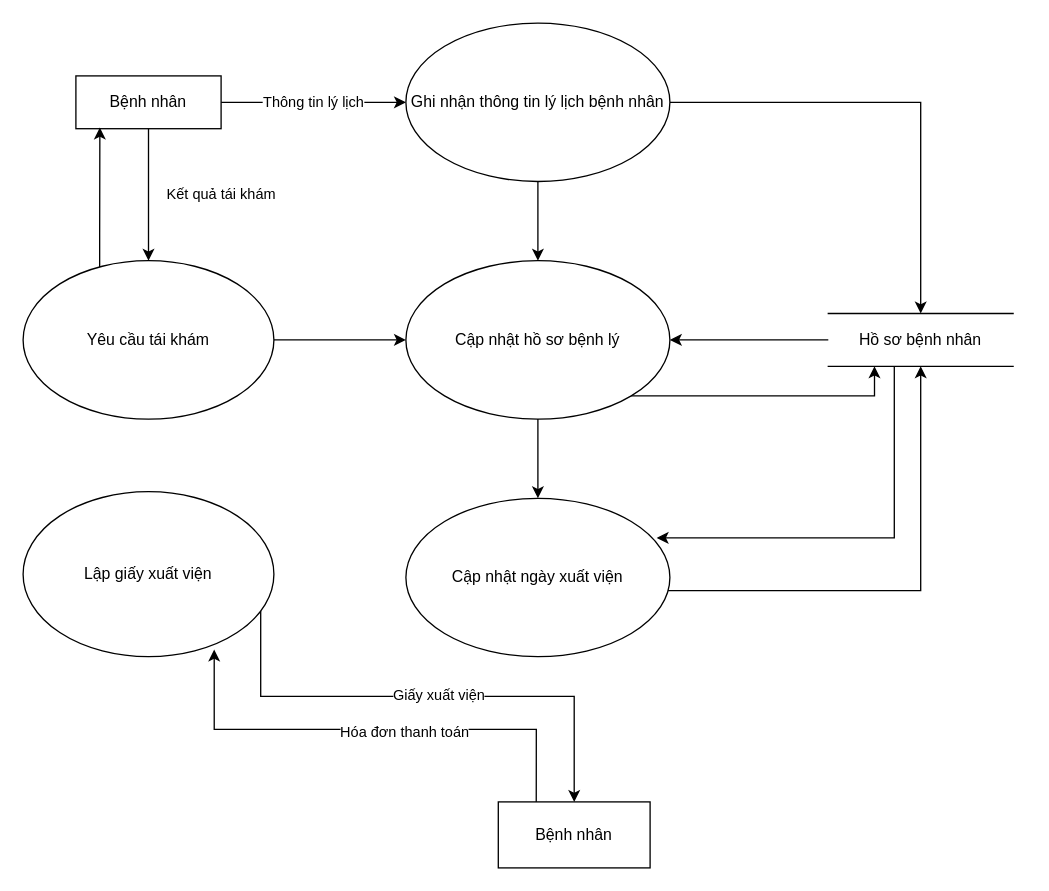
Nhatran241/HTTT keeps this draw.io diagram as DuoiDinh_DieuTri.drawio. Above is the earlier version. Source tidied: cells renumbered, new cells numbered last; positions are measured from the earlier drawing's top-left corner, leaving out a move shared by most shapes. Both pictures are drawn from the tidied source at 132%, with x=0, y=0 at pixel (22, 22).
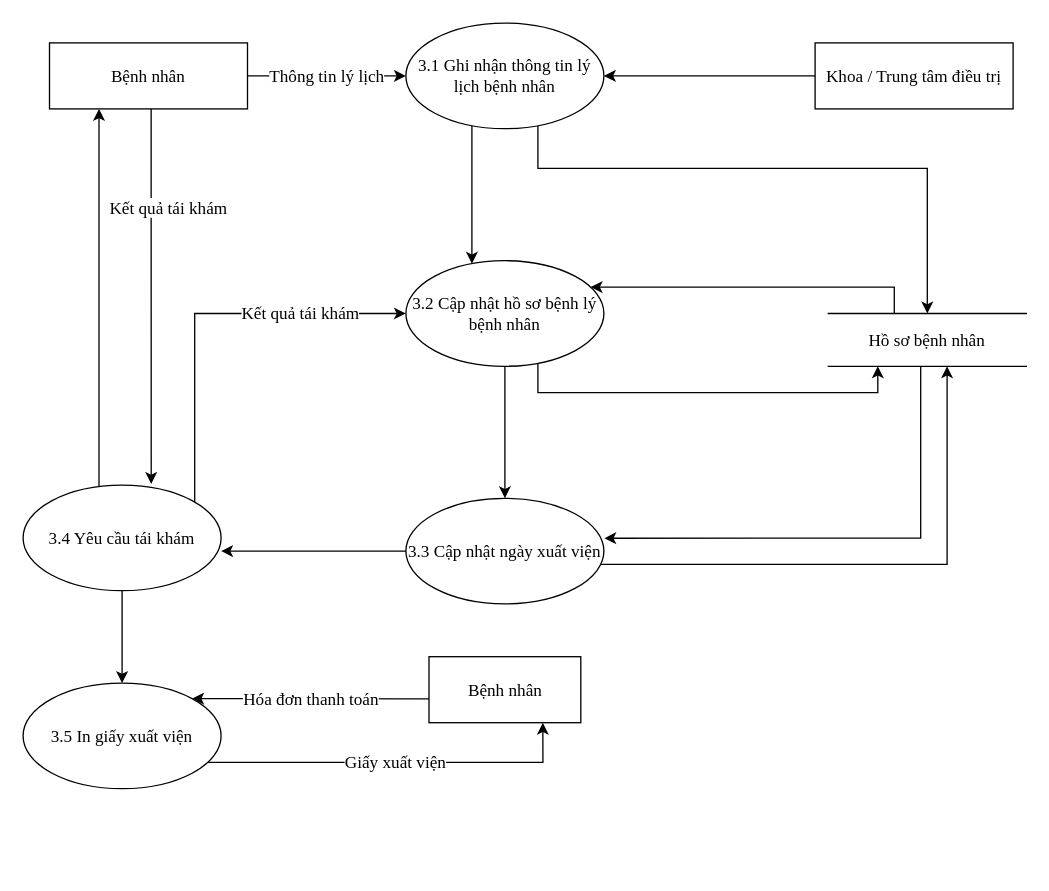
After the change.

The edit, as a diff of the source:
```diff
@@
-    <mxCell id="2" value="Thông tin lý lịch" style="edgeStyle=orthogonalEdgeStyle;rounded=0;jettySize=auto;html=1;exitX=1;exitY=0.5;exitDx=0;exitDy=0;entryX=0;entryY=0.5;entryDx=0;entryDy=0;" parent="1" edge="1" source="4" target="7">
+    <mxCell id="2" value="Thông tin lý lịch" style="edgeStyle=orthogonalEdgeStyle;rounded=0;jettySize=auto;html=1;exitX=1;exitY=0.5;exitDx=0;exitDy=0;entryX=0;entryY=0.5;entryDx=0;entryDy=0;fontFamily=Times New Roman;fontSize=13;" parent="1" edge="1" source="4" target="7">
       <mxGeometry relative="1" as="geometry" />
     </mxCell>
-    <mxCell id="3" value="Kết quả tái khám" style="edgeStyle=orthogonalEdgeStyle;rounded=0;jettySize=auto;html=1;entryX=0.5;entryY=0;entryDx=0;entryDy=0;" parent="1" edge="1" source="4" target="18">
-      <mxGeometry y="55" relative="1" as="geometry" />
+    <mxCell id="3" value="Kết quả tái khám" style="edgeStyle=orthogonalEdgeStyle;rounded=0;jettySize=auto;html=1;entryX=0.647;entryY=-0.011;entryDx=0;entryDy=0;entryPerimeter=0;fontFamily=Times New Roman;fontSize=13;" parent="1" edge="1" source="4" target="18">
+      <mxGeometry x="-0.47" y="13" relative="1" as="geometry">
+        <Array as="points">
+          <mxPoint x="97" y="110" />
+          <mxPoint x="97" y="110" />
+        </Array>
+      </mxGeometry>
     </mxCell>
-    <mxCell id="4" value="Bệnh nhân" style="rounded=0;whiteSpace=wrap;html=1;" parent="1" vertex="1">
-      <mxGeometry x="40" y="40" width="110" height="40" as="geometry" />
+    <mxCell id="4" value="Bệnh nhân" style="rounded=0;whiteSpace=wrap;html=1;fontFamily=Times New Roman;fontSize=13;" parent="1" vertex="1">
+      <mxGeometry x="20" y="15" width="150" height="50" as="geometry" />
     </mxCell>
-    <mxCell id="5" style="edgeStyle=orthogonalEdgeStyle;rounded=0;jettySize=auto;html=1;entryX=0.5;entryY=0;entryDx=0;entryDy=0;" parent="1" edge="1" source="7" target="10">
-      <mxGeometry relative="1" as="geometry" />
+    <mxCell id="5" style="edgeStyle=orthogonalEdgeStyle;rounded=0;jettySize=auto;html=1;entryX=0.5;entryY=0;entryDx=0;entryDy=0;fontFamily=Times New Roman;fontSize=13;" parent="1" edge="1" source="7" target="10">
+      <mxGeometry relative="1" as="geometry">
+        <Array as="points">
+          <mxPoint x="390" y="110" />
+          <mxPoint x="685" y="110" />
+        </Array>
+      </mxGeometry>
     </mxCell>
-    <mxCell id="6" style="edgeStyle=orthogonalEdgeStyle;rounded=0;jettySize=auto;html=1;" parent="1" edge="1" source="7" target="13">
-      <mxGeometry relative="1" as="geometry" />
+    <mxCell id="6" style="edgeStyle=orthogonalEdgeStyle;rounded=0;jettySize=auto;html=1;fontFamily=Times New Roman;fontSize=13;" parent="1" edge="1" source="7" target="13">
+      <mxGeometry relative="1" as="geometry">
+        <Array as="points">
+          <mxPoint x="340" y="140" />
+          <mxPoint x="340" y="140" />
+        </Array>
+      </mxGeometry>
     </mxCell>
-    <mxCell id="7" value="Ghi nhận thông tin lý lịch bệnh nhân" style="ellipse;whiteSpace=wrap;html=1;" parent="1" vertex="1">
-      <mxGeometry x="290" width="200" height="120" as="geometry" />
+    <mxCell id="7" value="3.1 Ghi nhận thông tin lý lịch bệnh nhân" style="ellipse;whiteSpace=wrap;html=1;fontFamily=Times New Roman;fontSize=13;" parent="1" vertex="1">
+      <mxGeometry x="290" width="150" height="80" as="geometry" />
     </mxCell>
-    <mxCell id="8" style="edgeStyle=orthogonalEdgeStyle;rounded=0;jettySize=auto;html=1;entryX=1;entryY=0.5;entryDx=0;entryDy=0;" parent="1" edge="1" source="10" target="13">
-      <mxGeometry relative="1" as="geometry" />
+    <mxCell id="8" style="edgeStyle=orthogonalEdgeStyle;rounded=0;jettySize=auto;html=1;fontFamily=Times New Roman;fontSize=13;" parent="1" edge="1" source="10" target="13">
+      <mxGeometry relative="1" as="geometry">
+        <Array as="points">
+          <mxPoint x="660" y="200" />
+        </Array>
+      </mxGeometry>
     </mxCell>
-    <mxCell id="9" style="edgeStyle=orthogonalEdgeStyle;rounded=0;jettySize=auto;html=1;entryX=0.95;entryY=0.25;entryDx=0;entryDy=0;entryPerimeter=0;" parent="1" edge="1" source="10" target="15">
+    <mxCell id="9" style="edgeStyle=orthogonalEdgeStyle;rounded=0;jettySize=auto;html=1;entryX=1.002;entryY=0.378;entryDx=0;entryDy=0;entryPerimeter=0;fontFamily=Times New Roman;fontSize=13;" parent="1" edge="1" source="10" target="15">
       <mxGeometry relative="1" as="geometry">
         <Array as="points">
-          <mxPoint x="660" y="390" />
+          <mxPoint x="680" y="390" />
         </Array>
       </mxGeometry>
     </mxCell>
-    <mxCell id="10" value="Hồ sơ bệnh nhân" style="shape=partialRectangle;whiteSpace=wrap;html=1;left=0;right=0;fillColor=none;" parent="1" vertex="1">
-      <mxGeometry x="610" y="220" width="140" height="40" as="geometry" />
+    <mxCell id="10" value="Hồ sơ bệnh nhân" style="shape=partialRectangle;whiteSpace=wrap;html=1;left=0;right=0;fillColor=none;fontFamily=Times New Roman;fontSize=13;" parent="1" vertex="1">
+      <mxGeometry x="610" y="220" width="150" height="40" as="geometry" />
     </mxCell>
-    <mxCell id="11" style="edgeStyle=orthogonalEdgeStyle;rounded=0;jettySize=auto;html=1;entryX=0.5;entryY=0;entryDx=0;entryDy=0;" parent="1" edge="1" source="13" target="15">
+    <mxCell id="11" style="edgeStyle=orthogonalEdgeStyle;rounded=0;jettySize=auto;html=1;entryX=0.5;entryY=0;entryDx=0;entryDy=0;fontFamily=Times New Roman;fontSize=13;" parent="1" edge="1" source="13" target="15">
       <mxGeometry relative="1" as="geometry" />
     </mxCell>
-    <mxCell id="12" style="edgeStyle=orthogonalEdgeStyle;rounded=0;jettySize=auto;html=1;exitX=1;exitY=1;exitDx=0;exitDy=0;entryX=0.25;entryY=1;entryDx=0;entryDy=0;" parent="1" edge="1" source="13" target="10">
-      <mxGeometry relative="1" as="geometry" />
+    <mxCell id="12" style="edgeStyle=orthogonalEdgeStyle;rounded=0;jettySize=auto;html=1;exitX=1;exitY=1;exitDx=0;exitDy=0;entryX=0.25;entryY=1;entryDx=0;entryDy=0;fontFamily=Times New Roman;fontSize=13;" parent="1" edge="1" source="13" target="10">
+      <mxGeometry relative="1" as="geometry">
+        <Array as="points">
+          <mxPoint x="390" y="248" />
+          <mxPoint x="390" y="280" />
+          <mxPoint x="648" y="280" />
+        </Array>
+      </mxGeometry>
     </mxCell>
-    <mxCell id="13" value="Cập nhật hồ sơ bệnh lý" style="ellipse;whiteSpace=wrap;html=1;" parent="1" vertex="1">
-      <mxGeometry x="290" y="180" width="200" height="120" as="geometry" />
+    <mxCell id="13" value="3.2 Cập nhật hồ sơ bệnh lý bệnh nhân" style="ellipse;whiteSpace=wrap;html=1;fontFamily=Times New Roman;fontSize=13;" parent="1" vertex="1">
+      <mxGeometry x="290" y="180" width="150" height="80" as="geometry" />
     </mxCell>
-    <mxCell id="14" style="edgeStyle=orthogonalEdgeStyle;rounded=0;jettySize=auto;html=1;" parent="1" edge="1" source="15" target="10">
+    <mxCell id="14" style="edgeStyle=orthogonalEdgeStyle;rounded=0;jettySize=auto;html=1;fontFamily=Times New Roman;fontSize=13;" parent="1" edge="1" source="15" target="10">
       <mxGeometry relative="1" as="geometry">
         <Array as="points">
-          <mxPoint x="680" y="430" />
+          <mxPoint x="700" y="410" />
         </Array>
       </mxGeometry>
     </mxCell>
+    <mxCell id="25" style="edgeStyle=orthogonalEdgeStyle;rounded=0;jettySize=auto;html=1;fontFamily=Times New Roman;fontSize=13;" parent="1" edge="1" source="15">
+      <mxGeometry relative="1" as="geometry">
+        <mxPoint x="150" y="400" as="targetPoint" />
+      </mxGeometry>
+    </mxCell>
-    <mxCell id="15" value="Cập nhật ngày xuất viện" style="ellipse;whiteSpace=wrap;html=1;" parent="1" vertex="1">
-      <mxGeometry x="290" y="360" width="200" height="120" as="geometry" />
+    <mxCell id="15" value="3.3 Cập nhật ngày xuất viện" style="ellipse;whiteSpace=wrap;html=1;fontFamily=Times New Roman;fontSize=13;" parent="1" vertex="1">
+      <mxGeometry x="290" y="360" width="150" height="80" as="geometry" />
     </mxCell>
-    <mxCell id="16" style="edgeStyle=orthogonalEdgeStyle;rounded=0;jettySize=auto;html=1;entryX=0.165;entryY=0.978;entryDx=0;entryDy=0;entryPerimeter=0;" parent="1" edge="1" source="18" target="4">
+    <mxCell id="16" style="edgeStyle=orthogonalEdgeStyle;rounded=0;jettySize=auto;html=1;entryX=0.25;entryY=1;entryDx=0;entryDy=0;fontFamily=Times New Roman;fontSize=13;" parent="1" edge="1" source="18" target="4">
       <mxGeometry relative="1" as="geometry">
         <Array as="points">
-          <mxPoint x="58" y="160" />
           <mxPoint x="58" y="160" />
         </Array>
       </mxGeometry>
     </mxCell>
-    <mxCell id="17" style="edgeStyle=orthogonalEdgeStyle;rounded=0;jettySize=auto;html=1;" parent="1" edge="1" source="18" target="13">
-      <mxGeometry relative="1" as="geometry" />
+    <mxCell id="17" value="Kết quả tái khám" style="edgeStyle=orthogonalEdgeStyle;rounded=0;jettySize=auto;html=1;entryX=0;entryY=0.5;entryDx=0;entryDy=0;fontFamily=Times New Roman;fontSize=13;" parent="1" edge="1" source="18" target="13">
+      <mxGeometry x="0.47" relative="1" as="geometry">
+        <Array as="points">
+          <mxPoint x="130" y="220" />
+        </Array>
+      </mxGeometry>
     </mxCell>
+    <mxCell id="26" style="edgeStyle=orthogonalEdgeStyle;rounded=0;jettySize=auto;html=1;entryX=0.5;entryY=0;entryDx=0;entryDy=0;fontFamily=Times New Roman;fontSize=13;" parent="1" edge="1" source="18" target="29">
+      <mxGeometry relative="1" as="geometry" />
+    </mxCell>
-    <mxCell id="18" value="Yêu cầu tái khám" style="ellipse;whiteSpace=wrap;html=1;" parent="1" vertex="1">
-      <mxGeometry y="180" width="190" height="120" as="geometry" />
+    <mxCell id="18" value="3.4 Yêu cầu tái khám" style="ellipse;whiteSpace=wrap;html=1;fontFamily=Times New Roman;fontSize=13;" parent="1" vertex="1">
+      <mxGeometry y="350" width="150" height="80" as="geometry" />
     </mxCell>
-    <mxCell id="19" style="edgeStyle=orthogonalEdgeStyle;rounded=0;jettySize=auto;html=1;entryX=0.5;entryY=0;entryDx=0;entryDy=0;" parent="1" edge="1" source="21" target="24">
-      <mxGeometry relative="1" as="geometry">
-        <Array as="points">
-          <mxPoint x="180" y="510" />
-          <mxPoint x="418" y="510" />
-        </Array>
-      </mxGeometry>
-    </mxCell>
-    <mxCell id="20" value="Giấy xuất viện" style="edgeLabel;html=1;align=center;verticalAlign=middle;" parent="19" vertex="1">
-      <mxGeometry x="0.04" y="2" relative="1" as="geometry" />
-    </mxCell>
-    <mxCell id="21" value="Lập giấy xuất viện" style="ellipse;whiteSpace=wrap;html=1;" parent="1" vertex="1">
-      <mxGeometry y="355" width="190" height="125" as="geometry" />
-    </mxCell>
-    <mxCell id="22" style="edgeStyle=orthogonalEdgeStyle;rounded=0;jettySize=auto;html=1;exitX=0.25;exitY=0;exitDx=0;exitDy=0;entryX=0.762;entryY=0.957;entryDx=0;entryDy=0;entryPerimeter=0;" parent="1" edge="1" source="24" target="21">
-      <mxGeometry relative="1" as="geometry" />
-    </mxCell>
-    <mxCell id="23" value="Hóa đơn thanh toán" style="edgeLabel;html=1;align=center;verticalAlign=middle;" parent="22" vertex="1">
-      <mxGeometry x="-0.14" y="1" relative="1" as="geometry" />
+    <mxCell id="23" value="Hóa đơn thanh toán" style="edgeStyle=orthogonalEdgeStyle;rounded=0;jettySize=auto;html=1;entryX=1;entryY=0;entryDx=0;entryDy=0;fontFamily=Times New Roman;fontSize=13;" parent="1" edge="1" source="24" target="29">
+      <mxGeometry relative="1" as="geometry">
+        <Array as="points">
+          <mxPoint x="300" y="512" />
+          <mxPoint x="300" y="512" />
+        </Array>
+      </mxGeometry>
     </mxCell>
-    <mxCell id="24" value="Bệnh nhân" style="rounded=0;whiteSpace=wrap;html=1;" parent="1" vertex="1">
-      <mxGeometry x="360" y="590" width="115" height="50" as="geometry" />
+    <mxCell id="24" value="Bệnh nhân" style="rounded=0;whiteSpace=wrap;html=1;fontFamily=Times New Roman;fontSize=13;" parent="1" vertex="1">
+      <mxGeometry x="307.5" y="480" width="115" height="50" as="geometry" />
     </mxCell>
+    <mxCell id="27" style="edgeStyle=orthogonalEdgeStyle;rounded=0;jettySize=auto;html=1;entryX=1;entryY=0.5;entryDx=0;entryDy=0;fontFamily=Times New Roman;fontSize=13;" parent="1" edge="1" source="28" target="7">
+      <mxGeometry relative="1" as="geometry" />
+    </mxCell>
+    <mxCell id="28" value="Khoa / Trung tâm điều trị" style="rounded=0;whiteSpace=wrap;html=1;fontFamily=Times New Roman;fontSize=13;" parent="1" vertex="1">
+      <mxGeometry x="600" y="15" width="150" height="50" as="geometry" />
+    </mxCell>
+    <mxCell id="20" value="Giấy xuất viện" style="edgeStyle=orthogonalEdgeStyle;rounded=0;jettySize=auto;html=1;entryX=0.75;entryY=1;entryDx=0;entryDy=0;fontFamily=Times New Roman;fontSize=13;" parent="1" edge="1" source="29" target="24">
+      <mxGeometry relative="1" as="geometry">
+        <Array as="points">
+          <mxPoint x="394" y="560" />
+        </Array>
+      </mxGeometry>
+    </mxCell>
+    <mxCell id="29" value="3.5 In giấy xuất viện" style="ellipse;whiteSpace=wrap;html=1;fontFamily=Times New Roman;fontSize=13;" parent="1" vertex="1">
+      <mxGeometry y="500" width="150" height="80" as="geometry" />
+    </mxCell>
```
